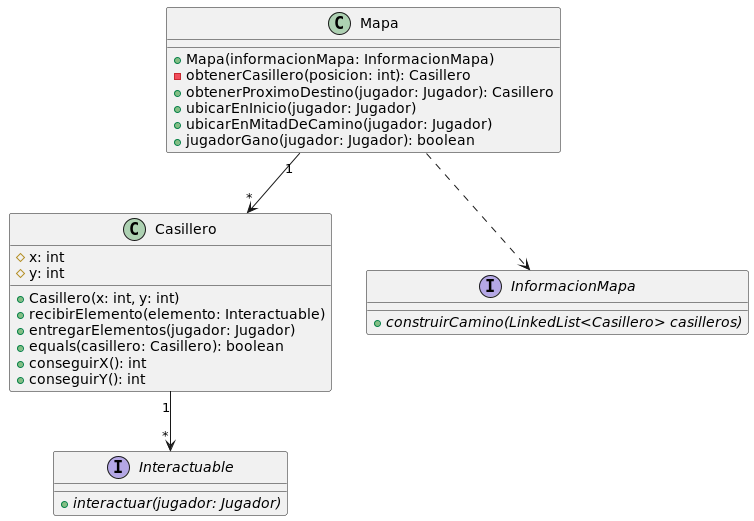
CrissRMFI/TP2-AlgoIII keeps this PlantUML diagram as diagrams/classes/DiagramasAlgoRoma/Mapa.png. Above is the earlier version.
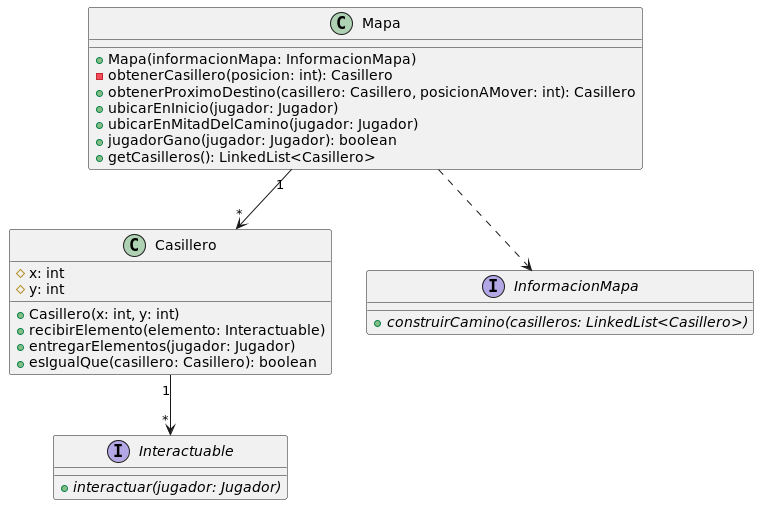
After the change.

What changed in the source:
```diff
@@ -3,10 +3,11 @@
 class Mapa{
     +Mapa(informacionMapa: InformacionMapa)
     -obtenerCasillero(posicion: int): Casillero
-    +obtenerProximoDestino(jugador: Jugador): Casillero
+    +obtenerProximoDestino(casillero: Casillero, posicionAMover: int): Casillero
     +ubicarEnInicio(jugador: Jugador)
-    +ubicarEnMitadDeCamino(jugador: Jugador)
+    +ubicarEnMitadDelCamino(jugador: Jugador)
     +jugadorGano(jugador: Jugador): boolean
+    +getCasilleros(): LinkedList<Casillero>
 }
 
 class Casillero{
@@ -15,24 +16,24 @@
     +Casillero(x: int, y: int)
     +recibirElemento(elemento: Interactuable)
     +entregarElementos(jugador: Jugador)
-    +equals(casillero: Casillero): boolean
-    +conseguirX(): int
-    +conseguirY(): int
+    +esIgualQue(casillero: Casillero): boolean
 }
 
 interface Interactuable{
-    +{abstract}interactuar(jugador: Jugador)
+    +{abstract} interactuar(jugador: Jugador)
 }
 
 interface InformacionMapa{
-    +{abstract}construirCamino(LinkedList<Casillero> casilleros)
+    +{abstract} construirCamino(casilleros: LinkedList<Casillero>)
 }
 
 
+
 Mapa "1" --> "*" Casillero
-Mapa ..> InformacionMapa
 
 Casillero "1" --> "*" Interactuable
 
+Mapa ..> InformacionMapa
+
 
 @enduml
```
